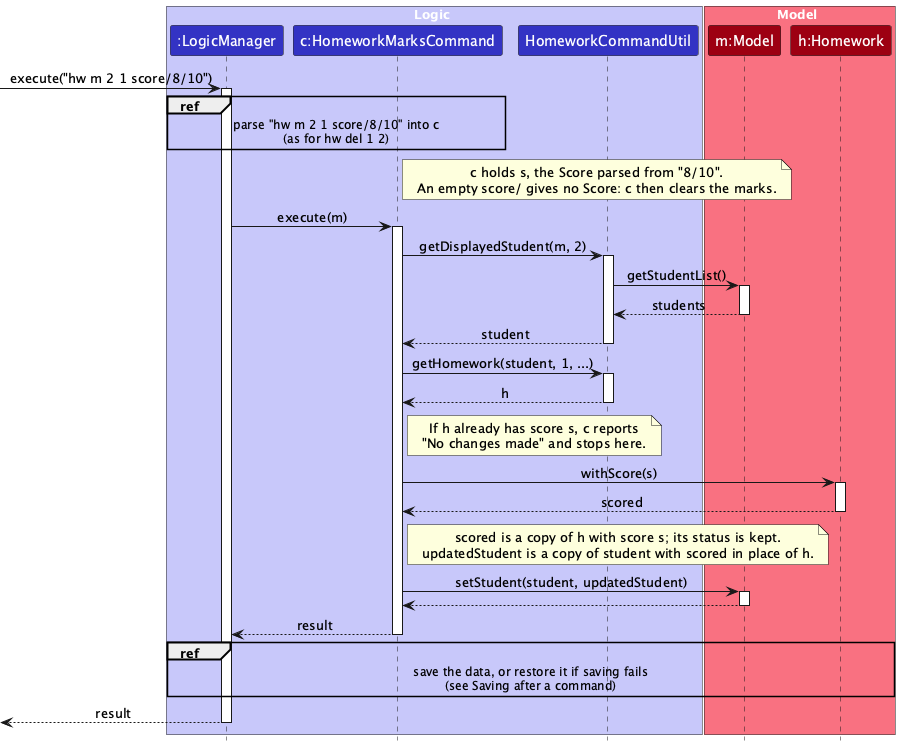
The PlantUML diagram docs/images/HomeworkMarksSequenceDiagram.png in AY2627S1-CS2103-F12-1/tp, before a commit. Source of this version:
```plantuml
@startuml
!include style.puml
skinparam ArrowFontStyle plain

box Logic LOGIC_COLOR_T1
participant ":LogicManager" as LogicManager LOGIC_COLOR
participant "c:HomeworkMarksCommand" as HomeworkMarksCommand LOGIC_COLOR
participant "HomeworkCommandUtil" as HomeworkCommandUtil LOGIC_COLOR
end box

box Model MODEL_COLOR_T1
participant "m:Model" as Model MODEL_COLOR
participant "h:Homework" as Homework MODEL_COLOR
end box

[-> LogicManager : execute("hw m 2 1 score/8/10")
activate LogicManager

ref over LogicManager, HomeworkMarksCommand
  parse "hw m 2 1 score/8/10" into c
  (as for hw del 1 2)
end ref

note right of HomeworkMarksCommand
  c holds s, the Score parsed from "8/10".
  An empty score/ gives no Score: c then clears the marks.
end note

LogicManager -> HomeworkMarksCommand : execute(m)
activate HomeworkMarksCommand

HomeworkMarksCommand -> HomeworkCommandUtil : getDisplayedStudent(m, 2)
activate HomeworkCommandUtil

HomeworkCommandUtil -> Model : getStudentList()
activate Model

Model --> HomeworkCommandUtil : students
deactivate Model

HomeworkCommandUtil --> HomeworkMarksCommand : student
deactivate HomeworkCommandUtil

HomeworkMarksCommand -> HomeworkCommandUtil : getHomework(student, 1, ...)
activate HomeworkCommandUtil

HomeworkCommandUtil --> HomeworkMarksCommand : h
deactivate HomeworkCommandUtil

note right of HomeworkMarksCommand
  If h already has score s, c reports
  "No changes made" and stops here.
end note

HomeworkMarksCommand -> Homework : withScore(s)
activate Homework

Homework --> HomeworkMarksCommand : scored
deactivate Homework

note right of HomeworkMarksCommand
  scored is a copy of h with score s; its status is kept.
  updatedStudent is a copy of student with scored in place of h.
end note

HomeworkMarksCommand -> Model : setStudent(student, updatedStudent)
activate Model

Model --> HomeworkMarksCommand
deactivate Model

HomeworkMarksCommand --> LogicManager : result
deactivate HomeworkMarksCommand

ref over LogicManager, Homework
  save the data, or restore it if saving fails
  (see Saving after a command)
end ref

[<-- LogicManager : result
deactivate LogicManager
@enduml
```
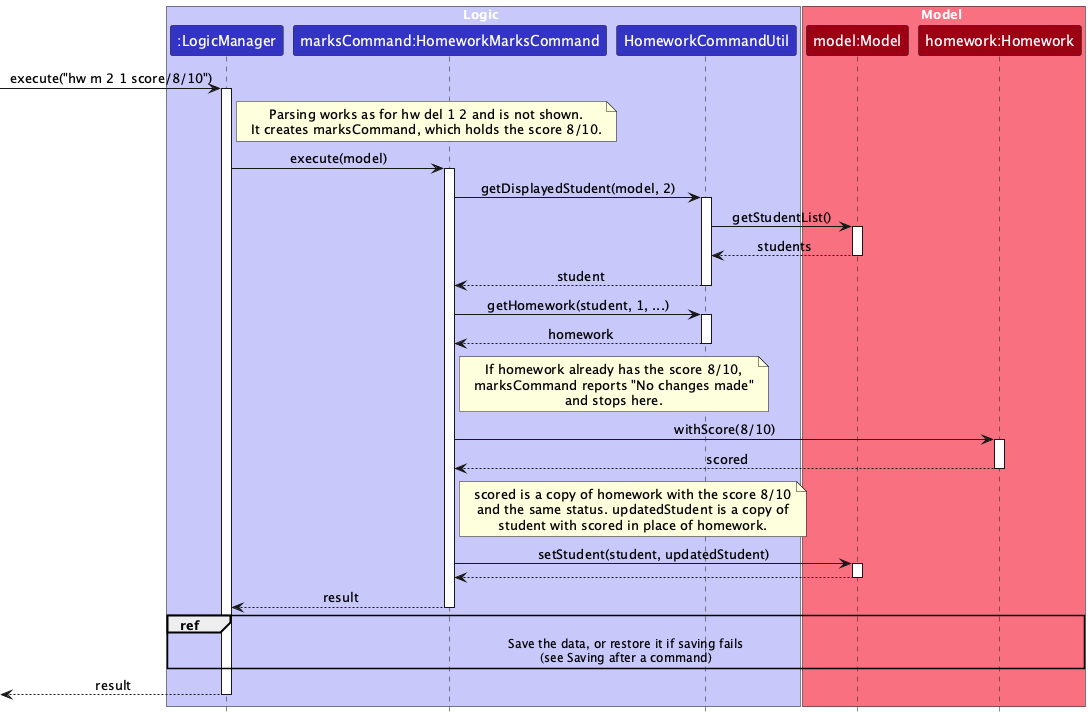
Later version of the same file.

Commit message:
DG: Make the homework diagrams easier to read

Change to the diagram source:
```diff
@@ -4,32 +4,27 @@
 
 box Logic LOGIC_COLOR_T1
 participant ":LogicManager" as LogicManager LOGIC_COLOR
-participant "c:HomeworkMarksCommand" as HomeworkMarksCommand LOGIC_COLOR
+participant "marksCommand:HomeworkMarksCommand" as HomeworkMarksCommand LOGIC_COLOR
 participant "HomeworkCommandUtil" as HomeworkCommandUtil LOGIC_COLOR
 end box
 
 box Model MODEL_COLOR_T1
-participant "m:Model" as Model MODEL_COLOR
-participant "h:Homework" as Homework MODEL_COLOR
+participant "model:Model" as Model MODEL_COLOR
+participant "homework:Homework" as Homework MODEL_COLOR
 end box
 
 [-> LogicManager : execute("hw m 2 1 score/8/10")
 activate LogicManager
 
-ref over LogicManager, HomeworkMarksCommand
-  parse "hw m 2 1 score/8/10" into c
-  (as for hw del 1 2)
-end ref
-
-note right of HomeworkMarksCommand
-  c holds s, the Score parsed from "8/10".
-  An empty score/ gives no Score: c then clears the marks.
+note right of LogicManager
+  Parsing works as for hw del 1 2 and is not shown.
+  It creates marksCommand, which holds the score 8/10.
 end note
 
-LogicManager -> HomeworkMarksCommand : execute(m)
+LogicManager -> HomeworkMarksCommand : execute(model)
 activate HomeworkMarksCommand
 
-HomeworkMarksCommand -> HomeworkCommandUtil : getDisplayedStudent(m, 2)
+HomeworkMarksCommand -> HomeworkCommandUtil : getDisplayedStudent(model, 2)
 activate HomeworkCommandUtil
 
 HomeworkCommandUtil -> Model : getStudentList()
@@ -44,23 +39,25 @@
 HomeworkMarksCommand -> HomeworkCommandUtil : getHomework(student, 1, ...)
 activate HomeworkCommandUtil
 
-HomeworkCommandUtil --> HomeworkMarksCommand : h
+HomeworkCommandUtil --> HomeworkMarksCommand : homework
 deactivate HomeworkCommandUtil
 
 note right of HomeworkMarksCommand
-  If h already has score s, c reports
-  "No changes made" and stops here.
+  If homework already has the score 8/10,
+  marksCommand reports "No changes made"
+  and stops here.
 end note
 
-HomeworkMarksCommand -> Homework : withScore(s)
+HomeworkMarksCommand -> Homework : withScore(8/10)
 activate Homework
 
 Homework --> HomeworkMarksCommand : scored
 deactivate Homework
 
 note right of HomeworkMarksCommand
-  scored is a copy of h with score s; its status is kept.
-  updatedStudent is a copy of student with scored in place of h.
+  scored is a copy of homework with the score 8/10
+  and the same status. updatedStudent is a copy of
+  student with scored in place of homework.
 end note
 
 HomeworkMarksCommand -> Model : setStudent(student, updatedStudent)
@@ -73,7 +70,7 @@
 deactivate HomeworkMarksCommand
 
 ref over LogicManager, Homework
-  save the data, or restore it if saving fails
+  Save the data, or restore it if saving fails
   (see Saving after a command)
 end ref
 
```
